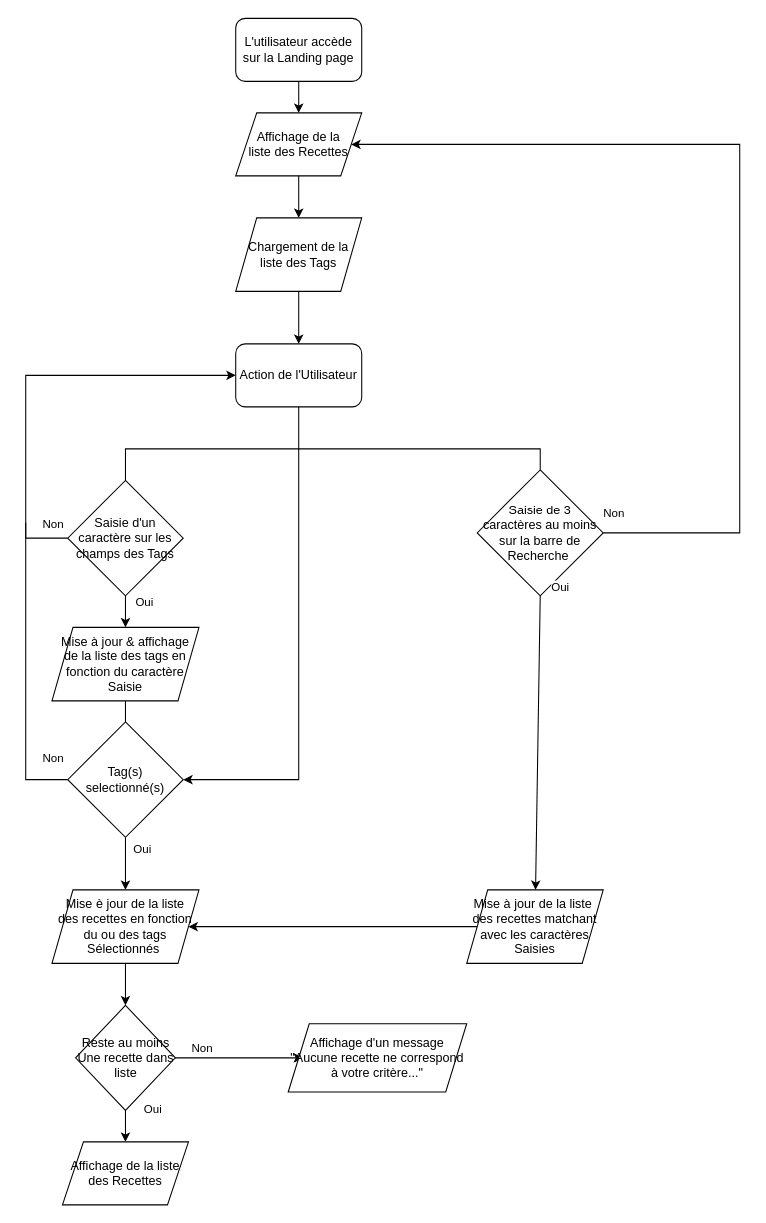
Earlier version of the draw.io diagram docs/Untitled DiagramV2.drawio (oleeefr/P11-front-end-search-engine). Source tidied: cells renumbered, new cells numbered last; positions are measured from the earlier drawing's top-left corner, leaving out a move shared by most shapes. Both pictures are drawn from the tidied source at 105%, with x=0, y=0 at pixel (25, 18).
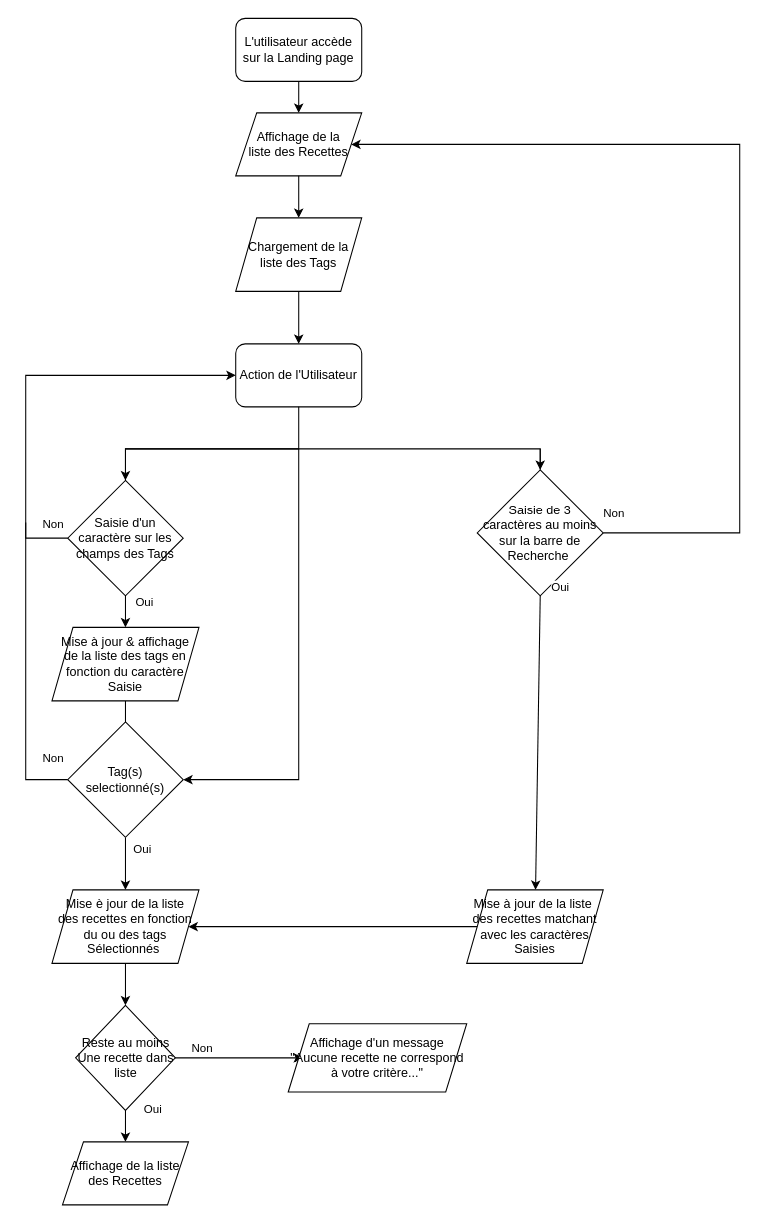
The same page after the edit.

Unchanged cells that the change refers to:
```xml
<mxCell id="11" value="Saisie de 3 caractères au moins sur la barre de Recherche&amp;nbsp;" style="rhombus;whiteSpace=wrap;html=1;" parent="1" vertex="1">
  <mxGeometry x="430" y="430" width="120" height="120" as="geometry" />
</mxCell>
<mxCell id="14" value="Saisie d'un caractère sur les champs des Tags" style="rhombus;whiteSpace=wrap;html=1;" parent="1" vertex="1">
  <mxGeometry x="40" y="440" width="110" height="110" as="geometry" />
</mxCell>
```

Diff of the diagram source:
```diff
@@
+    <mxCell id="40" style="endArrow=classic;html=1;rounded=0;entryX=0.5;entryY=0;entryDx=0;entryDy=0;" parent="1" edge="1" target="14">
+      <mxGeometry relative="1" as="geometry">
+        <mxPoint x="260" y="410" as="sourcePoint" />
+        <Array as="points">
+          <mxPoint x="95" y="410" />
+        </Array>
+      </mxGeometry>
+    </mxCell>
+    <mxCell id="41" style="endArrow=classic;html=1;rounded=0;entryX=0.5;entryY=0;entryDx=0;entryDy=0;" parent="1" edge="1" target="11">
+      <mxGeometry relative="1" as="geometry">
+        <mxPoint x="490" y="410" as="sourcePoint" />
+      </mxGeometry>
+    </mxCell>
```
